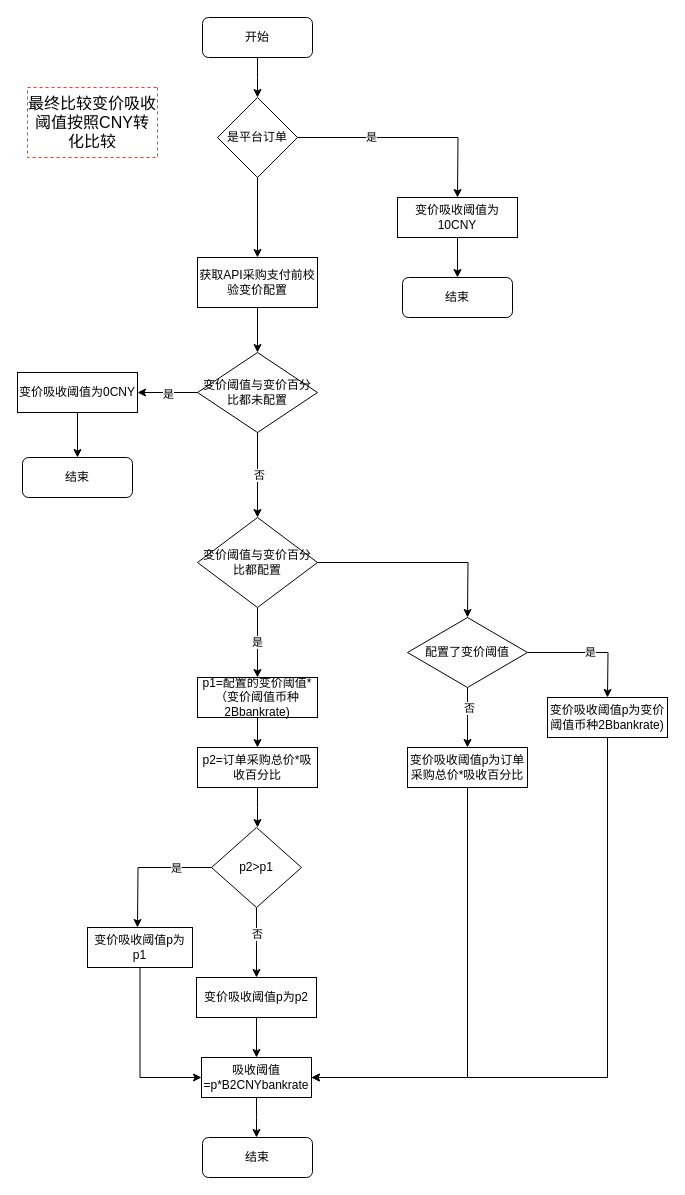
This is page "获取变价吸收阈值" (2 of 8) of pkfare/paycheck-refactor/新支付前校验流程.drawio from zhangweixin/design-diagram, a draw.io file, before an edit. Source tidied: cells renumbered, new cells numbered last; positions are measured from the earlier drawing's top-left corner, leaving out a move shared by most shapes. Both pictures are drawn from the tidied source at 100%, with x=0, y=0 at pixel (17, 17).
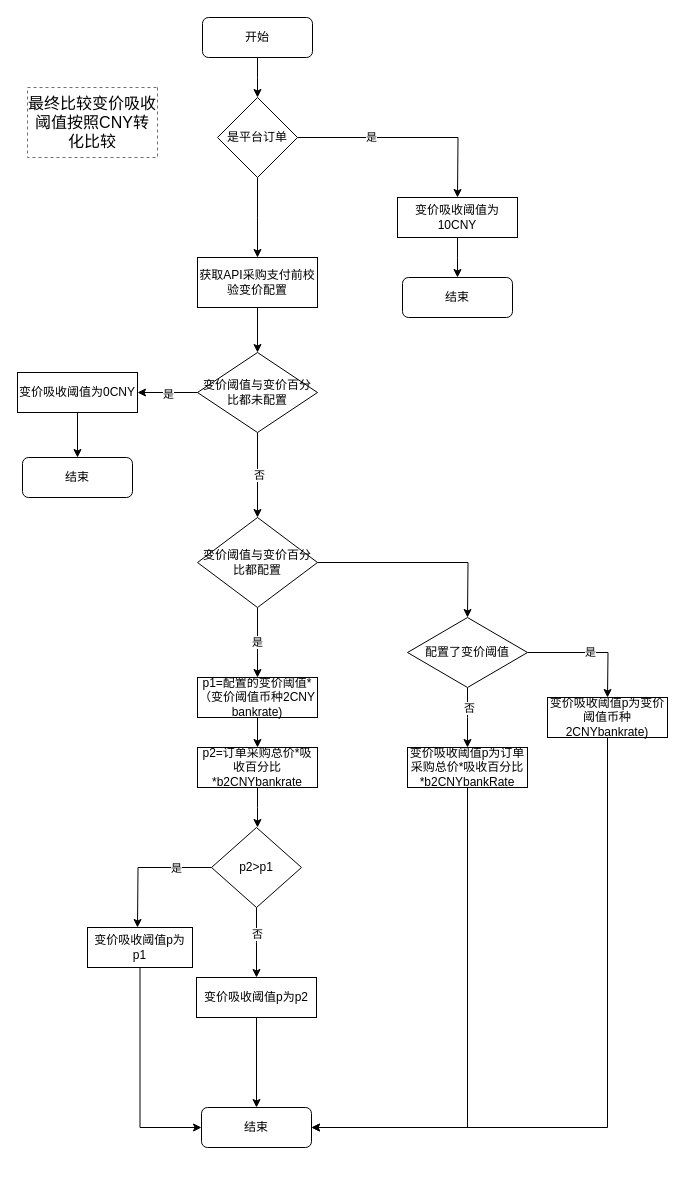
After the change.

Commit message:
Update 新支付前校验流程.drawio

The change refers to these unchanged cells:
```xml
<mxCell id="42" value="变价吸收阈值p为p1" style="rounded=0;whiteSpace=wrap;html=1;" parent="1" vertex="1">
  <mxGeometry x="70" y="910" width="105" height="40" as="geometry" />
</mxCell>
<mxCell id="44" value="变价吸收阈值p为p2" style="rounded=0;whiteSpace=wrap;html=1;" parent="1" vertex="1">
  <mxGeometry x="179" y="960" width="120" height="40" as="geometry" />
</mxCell>
```

Change to the diagram source:
```diff
@@
-    <mxCell id="28" style="edgeStyle=orthogonalEdgeStyle;rounded=0;jettySize=auto;html=1;exitX=0.5;exitY=1;exitDx=0;exitDy=0;entryX=1;entryY=0.5;entryDx=0;entryDy=0;" parent="1" edge="1" source="29" target="46">
+    <mxCell id="28" style="edgeStyle=orthogonalEdgeStyle;rounded=0;jettySize=auto;html=1;exitX=0.5;exitY=1;exitDx=0;exitDy=0;entryX=1;entryY=0.5;entryDx=0;entryDy=0;" parent="1" edge="1" source="29" target="48">
       <mxGeometry relative="1" as="geometry" />
     </mxCell>
-    <mxCell id="29" value="变价吸收阈值p为变价阈值币种2Bbankrate)" style="rounded=0;whiteSpace=wrap;html=1;" parent="1" vertex="1">
+    <mxCell id="29" value="变价吸收阈值p为变价阈值币种2CNYbankrate)" style="rounded=0;whiteSpace=wrap;html=1;" parent="1" vertex="1">
       <mxGeometry x="530" y="680" width="120" height="40" as="geometry" />
     </mxCell>
-    <mxCell id="30" style="edgeStyle=orthogonalEdgeStyle;rounded=0;jettySize=auto;html=1;exitX=0.5;exitY=1;exitDx=0;exitDy=0;entryX=1;entryY=0.5;entryDx=0;entryDy=0;" parent="1" edge="1" source="31" target="46">
+    <mxCell id="30" style="edgeStyle=orthogonalEdgeStyle;rounded=0;jettySize=auto;html=1;exitX=0.5;exitY=1;exitDx=0;exitDy=0;entryX=1;entryY=0.5;entryDx=0;entryDy=0;" parent="1" edge="1" source="31" target="48">
       <mxGeometry relative="1" as="geometry" />
     </mxCell>
-    <mxCell id="31" value="变价吸收阈值p为订单采购总价*吸收百分比" style="rounded=0;whiteSpace=wrap;html=1;" parent="1" vertex="1">
+    <mxCell id="31" value="变价吸收阈值p为订单采购总价*吸收百分比*b2CNYbankRate&lt;br&gt;" style="rounded=0;whiteSpace=wrap;html=1;" parent="1" vertex="1">
       <mxGeometry x="390" y="730" width="120" height="40" as="geometry" />
     </mxCell>
@@
-    <mxCell id="33" value="p1=配置的变价阈值*（变价阈值币种2Bbankrate)" style="rounded=0;whiteSpace=wrap;html=1;" parent="1" vertex="1">
+    <mxCell id="33" value="p1=配置的变价阈值*（变价阈值币种2CNY&lt;br&gt;bankrate)" style="rounded=0;whiteSpace=wrap;html=1;" parent="1" vertex="1">
       <mxGeometry x="180" y="660" width="120" height="40" as="geometry" />
     </mxCell>
@@
-    <mxCell id="35" value="p2=订单采购总价*吸收百分比" style="rounded=0;whiteSpace=wrap;html=1;" parent="1" vertex="1">
+    <mxCell id="35" value="p2=订单采购总价*吸收百分比*b2CNYbankrate" style="rounded=0;whiteSpace=wrap;html=1;" parent="1" vertex="1">
       <mxGeometry x="180" y="730" width="120" height="40" as="geometry" />
     </mxCell>
@@
-    <mxCell id="41" style="edgeStyle=orthogonalEdgeStyle;rounded=0;jettySize=auto;html=1;exitX=0.5;exitY=1;exitDx=0;exitDy=0;entryX=0;entryY=0.5;entryDx=0;entryDy=0;" parent="1" edge="1" source="42" target="46">
+    <mxCell id="41" style="edgeStyle=orthogonalEdgeStyle;rounded=0;jettySize=auto;html=1;exitX=0.5;exitY=1;exitDx=0;exitDy=0;entryX=0;entryY=0.5;entryDx=0;entryDy=0;" parent="1" edge="1" source="42" target="48">
       <mxGeometry relative="1" as="geometry" />
     </mxCell>
@@
-    <mxCell id="43" style="edgeStyle=orthogonalEdgeStyle;rounded=0;jettySize=auto;html=1;exitX=0.5;exitY=1;exitDx=0;exitDy=0;" parent="1" edge="1" source="44" target="46">
+    <mxCell id="43" style="edgeStyle=orthogonalEdgeStyle;rounded=0;jettySize=auto;html=1;exitX=0.5;exitY=1;exitDx=0;exitDy=0;entryX=0.5;entryY=0;entryDx=0;entryDy=0;" parent="1" edge="1" source="44" target="48">
       <mxGeometry relative="1" as="geometry" />
     </mxCell>
@@
-    <mxCell id="45" style="edgeStyle=orthogonalEdgeStyle;rounded=0;jettySize=auto;html=1;exitX=0.5;exitY=1;exitDx=0;exitDy=0;" parent="1" edge="1" source="46">
-      <mxGeometry relative="1" as="geometry">
-        <mxPoint x="239" y="1120" as="targetPoint" />
-      </mxGeometry>
-    </mxCell>
-    <mxCell id="46" value="吸收阈值=p*B2CNYbankrate" style="rounded=0;whiteSpace=wrap;html=1;" parent="1" vertex="1">
-      <mxGeometry x="184" y="1040" width="110" height="40" as="geometry" />
-    </mxCell>
@@
     <mxCell id="48" value="结束" style="rounded=1;whiteSpace=wrap;html=1;" parent="1" vertex="1">
-      <mxGeometry x="185" y="1120" width="110" height="40" as="geometry" />
+      <mxGeometry x="184" y="1090" width="110" height="40" as="geometry" />
     </mxCell>
```
